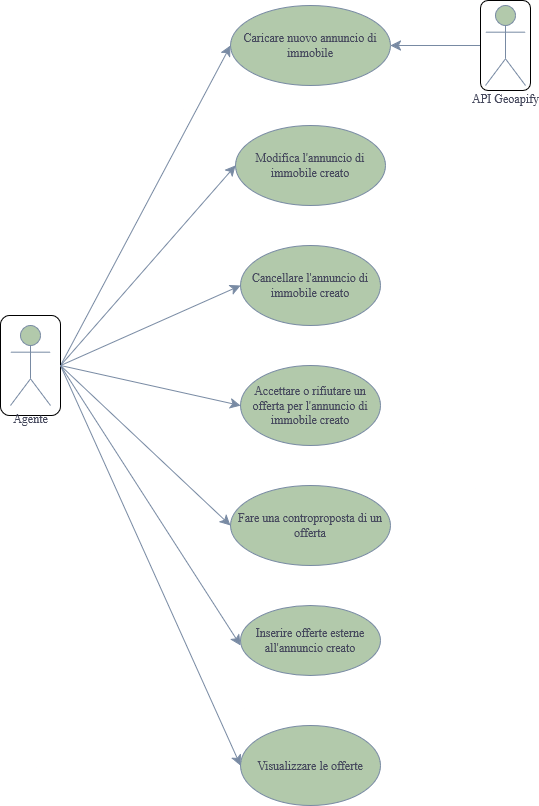
The draw.io diagram diagrammi/UseCase-Agente.drawio.png in Sperob98/Documentazione-DietiEstates25, before a commit. Source tidied: cells renumbered, new cells last; positions are measured from the earlier drawing's top-left corner, leaving out a move shared by most shapes.
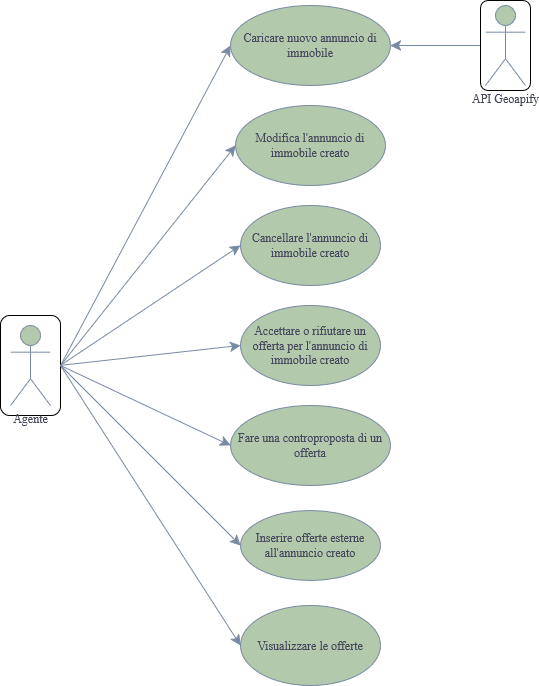
After the commit.

What changed in the source:
```diff
@@ -6,22 +6,22 @@
       <mxGeometry x="230" y="5" width="160" height="80" as="geometry" />
     </mxCell>
     <mxCell id="3" value="Modifica l'annuncio di immobile creato" style="ellipse;whiteSpace=wrap;html=1;labelBackgroundColor=none;fillColor=#B2C9AB;strokeColor=#788AA3;fontColor=#46495D;" parent="1" vertex="1">
-      <mxGeometry x="235" y="125" width="150" height="80" as="geometry" />
+      <mxGeometry x="235" y="105" width="150" height="80" as="geometry" />
     </mxCell>
     <mxCell id="4" value="Cancellare l'annuncio di immobile creato" style="ellipse;whiteSpace=wrap;html=1;labelBackgroundColor=none;fillColor=#B2C9AB;strokeColor=#788AA3;fontColor=#46495D;" parent="1" vertex="1">
-      <mxGeometry x="240" y="245" width="140" height="80" as="geometry" />
+      <mxGeometry x="240" y="205" width="140" height="80" as="geometry" />
     </mxCell>
     <mxCell id="5" value="Accettare o rifiutare un offerta per l'annuncio di immobile creato" style="ellipse;whiteSpace=wrap;html=1;labelBackgroundColor=none;fillColor=#B2C9AB;strokeColor=#788AA3;fontColor=#46495D;" parent="1" vertex="1">
-      <mxGeometry x="240" y="365" width="140" height="80" as="geometry" />
+      <mxGeometry x="240" y="305" width="140" height="80" as="geometry" />
     </mxCell>
     <mxCell id="6" value="Fare una controproposta di un offerta" style="ellipse;whiteSpace=wrap;html=1;labelBackgroundColor=none;fillColor=#B2C9AB;strokeColor=#788AA3;fontColor=#46495D;" parent="1" vertex="1">
-      <mxGeometry x="230" y="485" width="160" height="80" as="geometry" />
+      <mxGeometry x="230" y="405" width="160" height="80" as="geometry" />
     </mxCell>
     <mxCell id="7" value="Inserire offerte esterne all'annuncio creato" style="ellipse;whiteSpace=wrap;html=1;labelBackgroundColor=none;fillColor=#B2C9AB;strokeColor=#788AA3;fontColor=#46495D;" parent="1" vertex="1">
-      <mxGeometry x="240" y="605" width="140" height="70" as="geometry" />
+      <mxGeometry x="240" y="510" width="140" height="70" as="geometry" />
     </mxCell>
     <mxCell id="8" value="Visualizzare le offerte" style="ellipse;whiteSpace=wrap;html=1;labelBackgroundColor=none;fillColor=#B2C9AB;strokeColor=#788AA3;fontColor=#46495D;" parent="1" vertex="1">
-      <mxGeometry x="240" y="725" width="140" height="80" as="geometry" />
+      <mxGeometry x="240" y="605" width="140" height="80" as="geometry" />
     </mxCell>
     <mxCell id="9" style="edgeStyle=none;curved=1;rounded=0;jettySize=auto;html=1;exitX=1;exitY=0.5;exitDx=0;exitDy=0;entryX=0;entryY=0.5;entryDx=0;entryDy=0;fontSize=12;startSize=8;endSize=8;labelBackgroundColor=none;strokeColor=#788AA3;fontColor=default;" parent="1" edge="1" source="11" target="2">
       <mxGeometry relative="1" as="geometry" />
@@ -44,10 +44,8 @@
     <mxCell id="15" style="edgeStyle=none;curved=1;rounded=0;jettySize=auto;html=1;entryX=0;entryY=0.5;entryDx=0;entryDy=0;fontSize=12;startSize=8;endSize=8;exitX=1;exitY=0.5;exitDx=0;exitDy=0;labelBackgroundColor=none;strokeColor=#788AA3;fontColor=default;" parent="1" edge="1" source="11" target="6">
       <mxGeometry relative="1" as="geometry" />
     </mxCell>
-    <mxCell id="16" style="edgeStyle=none;curved=1;rounded=0;jettySize=auto;html=1;fontSize=12;startSize=8;endSize=8;exitX=1;exitY=0.5;exitDx=0;exitDy=0;labelBackgroundColor=none;strokeColor=#788AA3;fontColor=default;" parent="1" edge="1" source="11">
-      <mxGeometry relative="1" as="geometry">
-        <mxPoint x="240" y="645" as="targetPoint" />
-      </mxGeometry>
+    <mxCell id="16" style="edgeStyle=none;curved=1;rounded=0;jettySize=auto;html=1;fontSize=12;startSize=8;endSize=8;exitX=1;exitY=0.5;exitDx=0;exitDy=0;labelBackgroundColor=none;strokeColor=#788AA3;fontColor=default;entryX=0;entryY=0.5;entryDx=0;entryDy=0;" parent="1" edge="1" source="11" target="7">
+      <mxGeometry relative="1" as="geometry" />
     </mxCell>
     <mxCell id="17" style="edgeStyle=none;curved=1;rounded=0;jettySize=auto;html=1;entryX=0;entryY=0.5;entryDx=0;entryDy=0;fontSize=12;startSize=8;endSize=8;exitX=1;exitY=0.5;exitDx=0;exitDy=0;labelBackgroundColor=none;strokeColor=#788AA3;fontColor=default;" parent="1" edge="1" source="11" target="8">
       <mxGeometry relative="1" as="geometry" />
```
